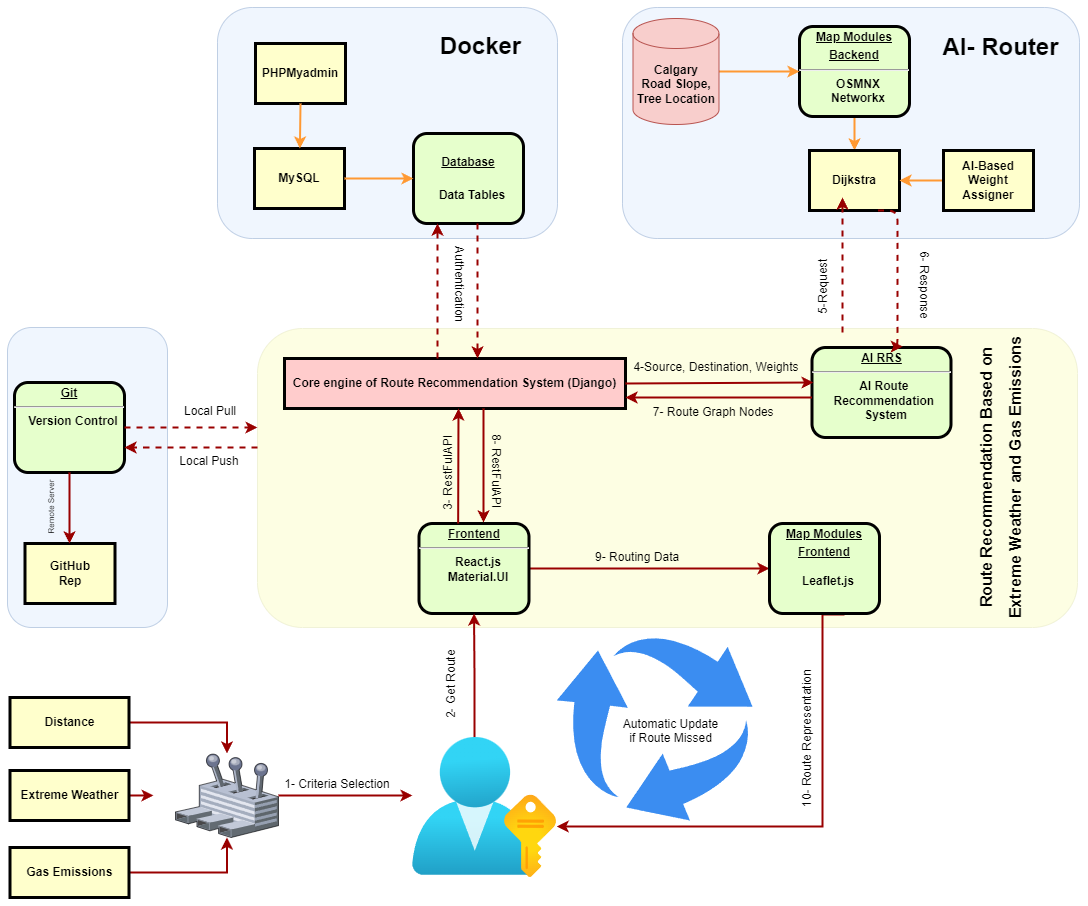
Earlier version of the draw.io export Report/Web App Architecture.png (mahdimzh/ENGO651-Lab). Source tidied: cells renumbered, new cells last; positions are measured from the earlier drawing's top-left corner, leaving out a move shared by most shapes.
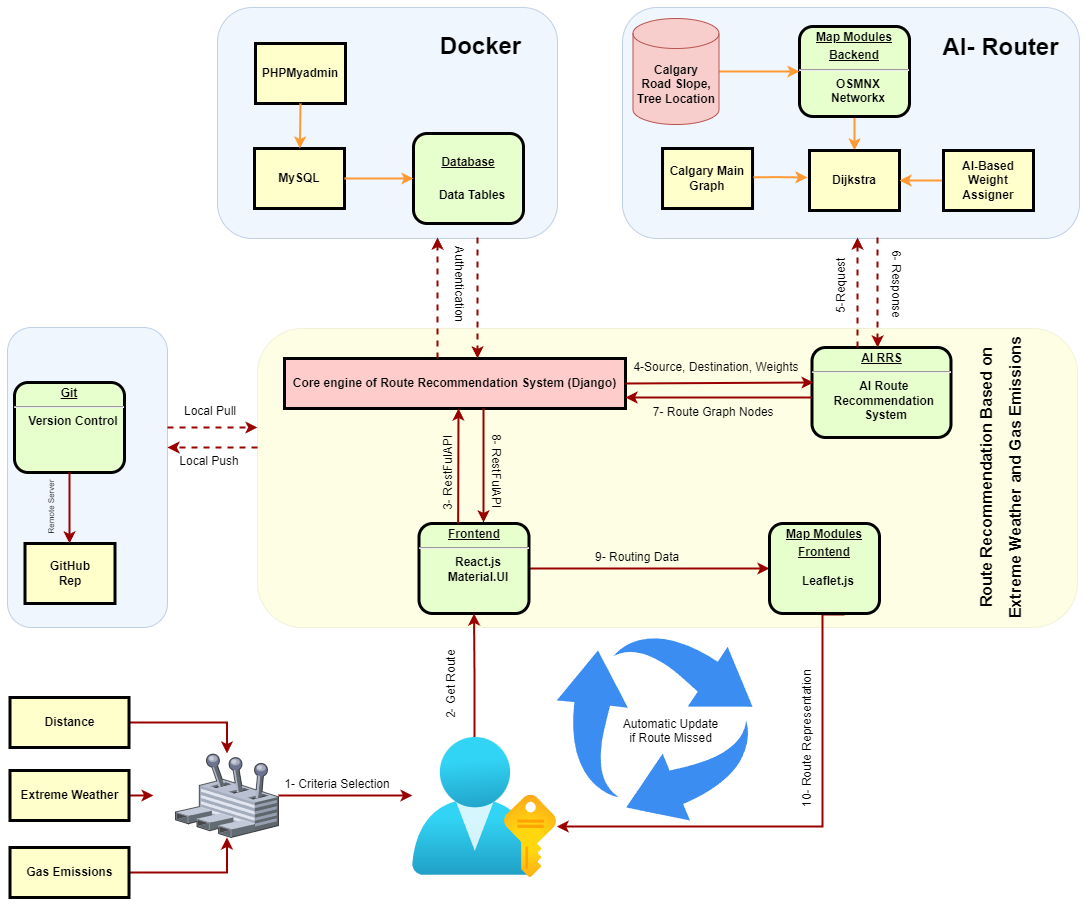
The same file after the commit.

Change to the diagram source:
```diff
@@ -2,12 +2,12 @@
   <root>
     <mxCell id="0" />
     <mxCell id="1" parent="0" />
+    <mxCell id="3" style="rounded=1;whiteSpace=wrap;html=1;fillColor=#F7FC74;strokeColor=#BABF73;opacity=20;" parent="1" vertex="1">
+      <mxGeometry x="250" y="321" width="820" height="299" as="geometry" />
+    </mxCell>
     <mxCell id="2" style="rounded=1;whiteSpace=wrap;html=1;fillColor=#dae8fc;strokeColor=#6c8ebf;opacity=40;" parent="1" vertex="1">
       <mxGeometry y="320" width="160" height="300" as="geometry" />
     </mxCell>
-    <mxCell id="3" style="rounded=1;whiteSpace=wrap;html=1;fillColor=#F7FC74;strokeColor=#BABF73;opacity=20;" parent="1" vertex="1">
-      <mxGeometry x="250" y="321" width="820" height="299" as="geometry" />
-    </mxCell>
     <mxCell id="4" style="rounded=1;whiteSpace=wrap;html=1;fillColor=#dae8fc;strokeColor=#6c8ebf;opacity=40;" parent="1" vertex="1">
       <mxGeometry x="615" width="457" height="231" as="geometry" />
     </mxCell>
@@ -47,8 +47,9 @@
     <mxCell id="16" value="&lt;p style=&quot;margin: 0px; margin-top: 4px; text-align: center; text-decoration: underline;&quot;&gt;&lt;strong&gt;Frontend&lt;/strong&gt;&lt;/p&gt;&lt;hr&gt;&lt;p style=&quot;margin: 0px; margin-left: 8px;&quot;&gt;React.js&lt;/p&gt;&lt;p style=&quot;margin: 0px; margin-left: 8px;&quot;&gt;Material.UI&lt;/p&gt;" style="verticalAlign=middle;align=center;overflow=fill;fontSize=12;fontFamily=Helvetica;html=1;rounded=1;fontStyle=1;strokeWidth=3;fillColor=#E6FFCC;" parent="1" vertex="1">
       <mxGeometry x="411.5" y="516" width="110" height="90" as="geometry" />
     </mxCell>
-    <mxCell id="17" style="edgeStyle=elbowEdgeStyle;elbow=horizontal;strokeColor=#990000;strokeWidth=2;dashed=1;" parent="1" edge="1" source="8" target="6">
+    <mxCell id="17" style="edgeStyle=elbowEdgeStyle;elbow=horizontal;strokeColor=#990000;strokeWidth=2;dashed=1;" parent="1" edge="1" source="8">
       <mxGeometry relative="1" as="geometry">
+        <mxPoint x="430" y="230" as="targetPoint" />
         <Array as="points">
           <mxPoint x="430" y="280" />
           <mxPoint x="300" y="310" />
@@ -56,8 +57,9 @@
         </Array>
       </mxGeometry>
     </mxCell>
-    <mxCell id="18" style="edgeStyle=elbowEdgeStyle;elbow=horizontal;strokeColor=#990000;strokeWidth=2;dashed=1;" parent="1" edge="1" source="6" target="8">
+    <mxCell id="18" style="edgeStyle=elbowEdgeStyle;elbow=horizontal;strokeColor=#990000;strokeWidth=2;dashed=1;" parent="1" edge="1" target="8">
       <mxGeometry relative="1" as="geometry">
+        <mxPoint x="470" y="230" as="sourcePoint" />
         <Array as="points">
           <mxPoint x="470" y="270" />
           <mxPoint x="340" y="320" />
@@ -211,29 +213,27 @@
       <mxGeometry x="435" y="267" width="30" height="20" as="geometry" />
     </mxCell>
     <mxCell id="56" value="5-Request" style="text;spacingTop=-5;align=center;rotation=-90;" parent="1" vertex="1">
-      <mxGeometry x="802" y="268" width="30" height="20" as="geometry" />
+      <mxGeometry x="820" y="267" width="30" height="20" as="geometry" />
     </mxCell>
     <mxCell id="57" style="edgeStyle=elbowEdgeStyle;elbow=horizontal;strokeColor=#990000;strokeWidth=2;dashed=1;" parent="1" edge="1">
       <mxGeometry relative="1" as="geometry">
-        <mxPoint x="835" y="325" as="sourcePoint" />
-        <mxPoint x="835" y="190" as="targetPoint" />
+        <mxPoint x="850" y="340" as="sourcePoint" />
+        <mxPoint x="850" y="230" as="targetPoint" />
         <Array as="points">
-          <mxPoint x="835" y="284" />
-          <mxPoint x="785" y="304" />
+          <mxPoint x="850" y="270" />
+          <mxPoint x="851" y="320" />
+          <mxPoint x="816" y="324" />
+          <mxPoint x="766" y="344" />
         </Array>
       </mxGeometry>
     </mxCell>
     <mxCell id="58" value="6- Response" style="text;spacingTop=-5;align=center;rotation=90;" parent="1" vertex="1">
-      <mxGeometry x="900" y="268" width="30" height="20" as="geometry" />
+      <mxGeometry x="872" y="267" width="30" height="20" as="geometry" />
     </mxCell>
-    <mxCell id="59" style="edgeStyle=elbowEdgeStyle;elbow=horizontal;strokeColor=#990000;strokeWidth=2;dashed=1;exitX=0.75;exitY=1;exitDx=0;exitDy=0;entryX=0.646;entryY=-0.011;entryDx=0;entryDy=0;entryPerimeter=0;" parent="1" edge="1">
+    <mxCell id="59" style="edgeStyle=elbowEdgeStyle;elbow=horizontal;strokeColor=#990000;strokeWidth=2;dashed=1;" parent="1" edge="1">
       <mxGeometry relative="1" as="geometry">
-        <mxPoint x="870.5" y="203" as="sourcePoint" />
-        <mxPoint x="895.3" y="339" as="targetPoint" />
-        <Array as="points">
-          <mxPoint x="890" y="270" />
-          <mxPoint x="891" y="319" />
-        </Array>
+        <mxPoint x="870" y="230" as="sourcePoint" />
+        <mxPoint x="870" y="340" as="targetPoint" />
       </mxGeometry>
     </mxCell>
     <mxCell id="60" style="sketch=0;html=1;strokeColor=none;shadow=0;fillColor=#3B8DF1;verticalAlign=top;labelPosition=center;verticalLabelPosition=bottom;shape=mxgraph.gcp2.arrow_cycle;" parent="1" vertex="1">
@@ -252,21 +252,28 @@
         </Array>
       </mxGeometry>
     </mxCell>
-    <mxCell id="64" style="edgeStyle=elbowEdgeStyle;elbow=horizontal;strokeColor=#990000;strokeWidth=2;exitX=1;exitY=0.5;exitDx=0;exitDy=0;entryX=0;entryY=0.331;entryDx=0;entryDy=0;entryPerimeter=0;dashed=1;" parent="1" edge="1" source="62" target="3">
+    <mxCell id="64" style="edgeStyle=elbowEdgeStyle;elbow=horizontal;strokeColor=#990000;strokeWidth=2;entryX=0;entryY=0.331;entryDx=0;entryDy=0;entryPerimeter=0;dashed=1;" parent="1" edge="1" target="3">
       <mxGeometry relative="1" as="geometry">
-        <Array as="points">
-          <mxPoint x="153" y="419" />
-        </Array>
+        <mxPoint x="160" y="420" as="sourcePoint" />
       </mxGeometry>
     </mxCell>
-    <mxCell id="65" style="edgeStyle=elbowEdgeStyle;elbow=vertical;strokeColor=#990000;strokeWidth=2;dashed=1;" parent="1" edge="1" target="62">
+    <mxCell id="65" style="edgeStyle=elbowEdgeStyle;elbow=vertical;strokeColor=#990000;strokeWidth=2;dashed=1;" parent="1" edge="1">
       <mxGeometry relative="1" as="geometry">
         <mxPoint x="250" y="440" as="sourcePoint" />
+        <mxPoint x="160" y="440" as="targetPoint" />
         <Array as="points">
-          <mxPoint x="130" y="440" />
+          <mxPoint x="160" y="440" />
           <mxPoint x="130" y="440" />
         </Array>
       </mxGeometry>
     </mxCell>
+    <mxCell id="66" value="Calgary Main Graph" style="whiteSpace=wrap;align=center;verticalAlign=middle;fontStyle=1;strokeWidth=3;fillColor=#FFFFCC;" parent="1" vertex="1">
+      <mxGeometry x="655" y="141" width="90" height="60" as="geometry" />
+    </mxCell>
+    <mxCell id="67" style="edgeStyle=orthogonalEdgeStyle;rounded=0;jettySize=auto;html=1;strokeColor=#FF9933;strokeWidth=2;exitX=1.009;exitY=0.479;exitDx=0;exitDy=0;exitPerimeter=0;" parent="1" edge="1" source="66">
+      <mxGeometry relative="1" as="geometry">
+        <mxPoint x="800" y="170" as="targetPoint" />
+      </mxGeometry>
+    </mxCell>
   </root>
 </mxGraphModel>
```
